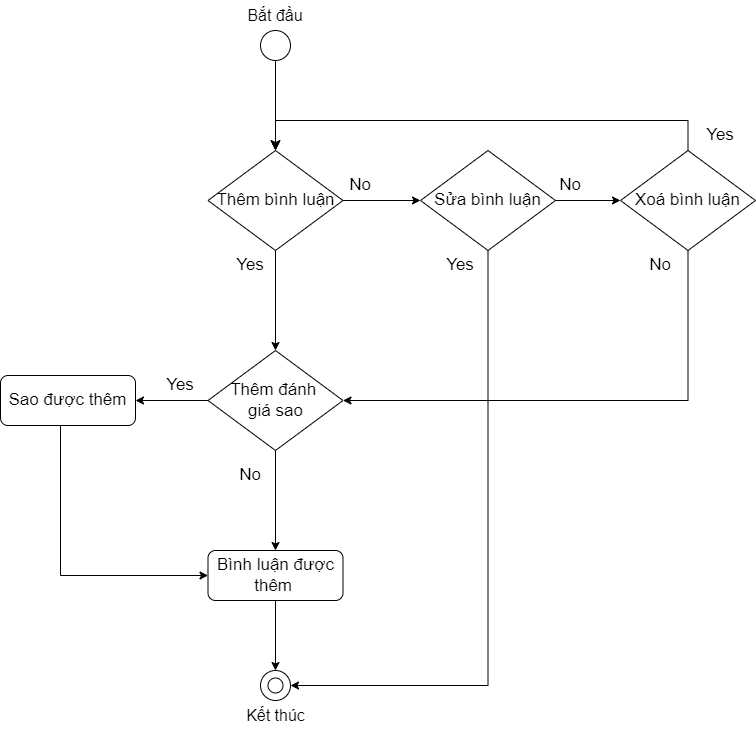
datnham0212/PC-E-commerce keeps this draw.io diagram as Workflow (Manual Testing)/Rating.png. Above is the earlier version. Source tidied: cells renumbered, new cells last; positions are measured from the earlier drawing's top-left corner, leaving out a move shared by most shapes. Its diagram source:
```xml
<mxGraphModel>
  <root>
    <mxCell id="0" />
    <mxCell id="1" parent="0" />
    <mxCell id="2" style="edgeStyle=none;curved=1;rounded=0;jettySize=auto;html=1;fontSize=12;startSize=8;endSize=8;entryX=0.5;entryY=0;entryDx=0;entryDy=0;" parent="1" edge="1" source="4" target="16">
      <mxGeometry relative="1" as="geometry" />
    </mxCell>
    <mxCell id="3" style="group;" parent="1" vertex="1">
      <mxGeometry x="245" width="60" height="60" as="geometry" />
    </mxCell>
    <mxCell id="4" style="ellipse;whiteSpace=wrap;html=1;" parent="3" vertex="1">
      <mxGeometry x="15" y="30" width="30" height="30" as="geometry" />
    </mxCell>
    <mxCell id="5" value="Bắt đầu" style="text;html=1;align=center;verticalAlign=middle;whiteSpace=wrap;rounded=0;fontSize=16;" parent="3" vertex="1">
      <mxGeometry width="60" height="30" as="geometry" />
    </mxCell>
    <mxCell id="6" style="group;" parent="1" vertex="1">
      <mxGeometry x="237.5" y="670" width="75" height="60" as="geometry" />
    </mxCell>
    <mxCell id="7" style="group;" parent="6" vertex="1">
      <mxGeometry x="22.5" width="30" height="30" as="geometry" />
    </mxCell>
    <mxCell id="8" style="ellipse;whiteSpace=wrap;html=1;" parent="7" vertex="1">
      <mxGeometry width="30" height="30" as="geometry" />
    </mxCell>
    <mxCell id="9" style="ellipse;whiteSpace=wrap;html=1;" parent="7" vertex="1">
      <mxGeometry x="7.5" y="7.5" width="15" height="15" as="geometry" />
    </mxCell>
    <mxCell id="10" value="Kết thúc" style="text;html=1;align=center;verticalAlign=middle;whiteSpace=wrap;rounded=0;fontSize=16;" parent="6" vertex="1">
      <mxGeometry y="30" width="75" height="30" as="geometry" />
    </mxCell>
    <mxCell id="11" style="edgeStyle=orthogonalEdgeStyle;rounded=0;jettySize=auto;html=1;entryX=0.5;entryY=0;entryDx=0;entryDy=0;exitX=0.5;exitY=1;exitDx=0;exitDy=0;" parent="1" edge="1" source="28" target="8">
      <mxGeometry relative="1" as="geometry" />
    </mxCell>
    <mxCell id="12" value="&lt;font style=&quot;font-size: 17px;&quot;&gt;Yes&lt;/font&gt;" style="text;html=1;align=center;verticalAlign=middle;whiteSpace=wrap;rounded=0;" parent="1" vertex="1">
      <mxGeometry x="220" y="250" width="60" height="30" as="geometry" />
    </mxCell>
    <mxCell id="13" value="&lt;font style=&quot;font-size: 17px;&quot;&gt;Yes&lt;/font&gt;" style="text;html=1;align=center;verticalAlign=middle;whiteSpace=wrap;rounded=0;" parent="1" vertex="1">
      <mxGeometry x="690" y="120" width="60" height="30" as="geometry" />
    </mxCell>
    <mxCell id="14" style="edgeStyle=orthogonalEdgeStyle;rounded=0;jettySize=auto;html=1;" parent="1" edge="1" source="16" target="19">
      <mxGeometry relative="1" as="geometry" />
    </mxCell>
    <mxCell id="15" style="edgeStyle=orthogonalEdgeStyle;rounded=0;jettySize=auto;html=1;" parent="1" edge="1" source="16" target="22">
      <mxGeometry relative="1" as="geometry" />
    </mxCell>
    <mxCell id="16" value="&lt;span style=&quot;font-size: 17px;&quot;&gt;Thêm bình luận&lt;/span&gt;" style="rhombus;whiteSpace=wrap;html=1;" parent="1" vertex="1">
      <mxGeometry x="207.5" y="150" width="135" height="100" as="geometry" />
    </mxCell>
    <mxCell id="17" style="edgeStyle=orthogonalEdgeStyle;rounded=0;jettySize=auto;html=1;entryX=1;entryY=0.5;entryDx=0;entryDy=0;" parent="1" edge="1" source="19" target="27">
      <mxGeometry relative="1" as="geometry" />
    </mxCell>
    <mxCell id="18" style="edgeStyle=orthogonalEdgeStyle;rounded=0;jettySize=auto;html=1;" parent="1" edge="1" source="19" target="28">
      <mxGeometry relative="1" as="geometry" />
    </mxCell>
    <mxCell id="19" value="&lt;span style=&quot;font-size: 17px;&quot;&gt;Thêm đánh&amp;nbsp;&lt;/span&gt;&lt;div&gt;&lt;span style=&quot;font-size: 17px;&quot;&gt;giá sao&lt;/span&gt;&lt;/div&gt;" style="rhombus;whiteSpace=wrap;html=1;" parent="1" vertex="1">
      <mxGeometry x="207.5" y="350" width="135" height="100" as="geometry" />
    </mxCell>
    <mxCell id="20" style="edgeStyle=orthogonalEdgeStyle;rounded=0;jettySize=auto;html=1;entryX=0;entryY=0.5;entryDx=0;entryDy=0;" parent="1" edge="1" source="22" target="25">
      <mxGeometry relative="1" as="geometry" />
    </mxCell>
    <mxCell id="21" style="edgeStyle=orthogonalEdgeStyle;rounded=0;jettySize=auto;html=1;entryX=1;entryY=0.5;entryDx=0;entryDy=0;" parent="1" edge="1" source="22" target="8">
      <mxGeometry relative="1" as="geometry">
        <Array as="points">
          <mxPoint x="488" y="685" />
        </Array>
      </mxGeometry>
    </mxCell>
    <mxCell id="22" value="&lt;span style=&quot;font-size: 17px;&quot;&gt;Sửa bình luận&lt;/span&gt;" style="rhombus;whiteSpace=wrap;html=1;" parent="1" vertex="1">
      <mxGeometry x="420" y="150" width="135" height="100" as="geometry" />
    </mxCell>
    <mxCell id="23" style="edgeStyle=orthogonalEdgeStyle;rounded=0;jettySize=auto;html=1;entryX=1;entryY=0.5;entryDx=0;entryDy=0;" parent="1" edge="1" source="25" target="19">
      <mxGeometry relative="1" as="geometry">
        <Array as="points">
          <mxPoint x="688" y="400" />
        </Array>
      </mxGeometry>
    </mxCell>
    <mxCell id="24" style="edgeStyle=orthogonalEdgeStyle;rounded=0;jettySize=auto;html=1;entryX=0.5;entryY=0;entryDx=0;entryDy=0;exitX=0.5;exitY=0;exitDx=0;exitDy=0;" parent="1" edge="1" source="25" target="16">
      <mxGeometry relative="1" as="geometry">
        <Array as="points">
          <mxPoint x="688" y="120" />
          <mxPoint x="275" y="120" />
        </Array>
      </mxGeometry>
    </mxCell>
    <mxCell id="25" value="&lt;span style=&quot;font-size: 17px;&quot;&gt;Xoá bình luận&lt;/span&gt;" style="rhombus;whiteSpace=wrap;html=1;" parent="1" vertex="1">
      <mxGeometry x="620" y="150" width="135" height="100" as="geometry" />
    </mxCell>
    <mxCell id="26" style="edgeStyle=orthogonalEdgeStyle;rounded=0;jettySize=auto;html=1;entryX=0;entryY=0.5;entryDx=0;entryDy=0;" parent="1" edge="1" source="27" target="28">
      <mxGeometry relative="1" as="geometry">
        <Array as="points">
          <mxPoint x="60" y="575" />
        </Array>
      </mxGeometry>
    </mxCell>
    <mxCell id="27" value="&lt;span style=&quot;font-size: 17px;&quot;&gt;Sao được thêm&lt;/span&gt;" style="rounded=1;whiteSpace=wrap;html=1;" parent="1" vertex="1">
      <mxGeometry y="375" width="135" height="50" as="geometry" />
    </mxCell>
    <mxCell id="28" value="&lt;span style=&quot;font-size: 17px;&quot;&gt;Bình luận được thêm&amp;nbsp;&lt;/span&gt;" style="rounded=1;whiteSpace=wrap;html=1;" parent="1" vertex="1">
      <mxGeometry x="207.5" y="550" width="135" height="50" as="geometry" />
    </mxCell>
    <mxCell id="29" value="&lt;font style=&quot;font-size: 17px;&quot;&gt;Yes&lt;/font&gt;" style="text;html=1;align=center;verticalAlign=middle;whiteSpace=wrap;rounded=0;" parent="1" vertex="1">
      <mxGeometry x="150" y="370" width="60" height="30" as="geometry" />
    </mxCell>
    <mxCell id="30" value="&lt;font style=&quot;font-size: 17px;&quot;&gt;No&lt;/font&gt;" style="text;html=1;align=center;verticalAlign=middle;whiteSpace=wrap;rounded=0;" parent="1" vertex="1">
      <mxGeometry x="330" y="170" width="60" height="30" as="geometry" />
    </mxCell>
    <mxCell id="31" value="&lt;font style=&quot;font-size: 17px;&quot;&gt;No&lt;/font&gt;" style="text;html=1;align=center;verticalAlign=middle;whiteSpace=wrap;rounded=0;" parent="1" vertex="1">
      <mxGeometry x="540" y="170" width="60" height="30" as="geometry" />
    </mxCell>
    <mxCell id="32" value="&lt;font style=&quot;font-size: 17px;&quot;&gt;No&lt;/font&gt;" style="text;html=1;align=center;verticalAlign=middle;whiteSpace=wrap;rounded=0;" parent="1" vertex="1">
      <mxGeometry x="220" y="460" width="60" height="30" as="geometry" />
    </mxCell>
    <mxCell id="33" value="&lt;font style=&quot;font-size: 17px;&quot;&gt;Yes&lt;/font&gt;" style="text;html=1;align=center;verticalAlign=middle;whiteSpace=wrap;rounded=0;" parent="1" vertex="1">
      <mxGeometry x="430" y="250" width="60" height="30" as="geometry" />
    </mxCell>
    <mxCell id="34" value="&lt;font style=&quot;font-size: 17px;&quot;&gt;No&lt;/font&gt;" style="text;html=1;align=center;verticalAlign=middle;whiteSpace=wrap;rounded=0;" parent="1" vertex="1">
      <mxGeometry x="630" y="250" width="60" height="30" as="geometry" />
    </mxCell>
  </root>
</mxGraphModel>
```
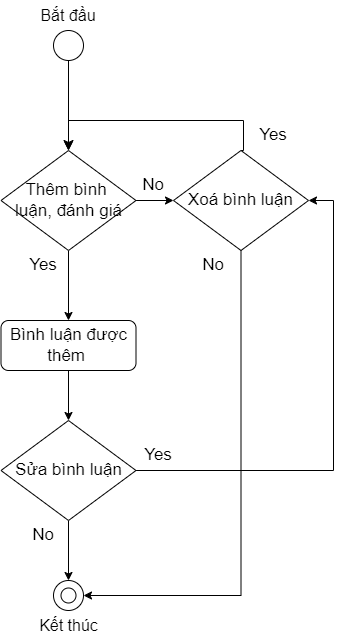
After the change.

Change to the diagram source:
```diff
@@ -15,7 +15,7 @@
       <mxGeometry width="60" height="30" as="geometry" />
     </mxCell>
     <mxCell id="6" style="group;" parent="1" vertex="1">
-      <mxGeometry x="237.5" y="670" width="75" height="60" as="geometry" />
+      <mxGeometry x="237.5" y="580" width="75" height="60" as="geometry" />
     </mxCell>
     <mxCell id="7" style="group;" parent="6" vertex="1">
       <mxGeometry x="22.5" width="30" height="30" as="geometry" />
@@ -29,94 +29,67 @@
     <mxCell id="10" value="Kết thúc" style="text;html=1;align=center;verticalAlign=middle;whiteSpace=wrap;rounded=0;fontSize=16;" parent="6" vertex="1">
       <mxGeometry y="30" width="75" height="30" as="geometry" />
     </mxCell>
-    <mxCell id="11" style="edgeStyle=orthogonalEdgeStyle;rounded=0;jettySize=auto;html=1;entryX=0.5;entryY=0;entryDx=0;entryDy=0;exitX=0.5;exitY=1;exitDx=0;exitDy=0;" parent="1" edge="1" source="28" target="8">
+    <mxCell id="11" style="edgeStyle=orthogonalEdgeStyle;rounded=0;jettySize=auto;html=1;entryX=0.5;entryY=0;entryDx=0;entryDy=0;exitX=0.5;exitY=1;exitDx=0;exitDy=0;" parent="1" edge="1" source="22" target="8">
       <mxGeometry relative="1" as="geometry" />
     </mxCell>
     <mxCell id="12" value="&lt;font style=&quot;font-size: 17px;&quot;&gt;Yes&lt;/font&gt;" style="text;html=1;align=center;verticalAlign=middle;whiteSpace=wrap;rounded=0;" parent="1" vertex="1">
       <mxGeometry x="220" y="250" width="60" height="30" as="geometry" />
     </mxCell>
     <mxCell id="13" value="&lt;font style=&quot;font-size: 17px;&quot;&gt;Yes&lt;/font&gt;" style="text;html=1;align=center;verticalAlign=middle;whiteSpace=wrap;rounded=0;" parent="1" vertex="1">
-      <mxGeometry x="690" y="120" width="60" height="30" as="geometry" />
+      <mxGeometry x="450" y="120" width="60" height="30" as="geometry" />
     </mxCell>
-    <mxCell id="14" style="edgeStyle=orthogonalEdgeStyle;rounded=0;jettySize=auto;html=1;" parent="1" edge="1" source="16" target="19">
+    <mxCell id="14" style="edgeStyle=orthogonalEdgeStyle;rounded=0;jettySize=auto;html=1;entryX=0.5;entryY=0;entryDx=0;entryDy=0;" parent="1" edge="1" source="16" target="28">
       <mxGeometry relative="1" as="geometry" />
     </mxCell>
-    <mxCell id="15" style="edgeStyle=orthogonalEdgeStyle;rounded=0;jettySize=auto;html=1;" parent="1" edge="1" source="16" target="22">
+    <mxCell id="15" style="edgeStyle=orthogonalEdgeStyle;rounded=0;jettySize=auto;html=1;entryX=0;entryY=0.5;entryDx=0;entryDy=0;" parent="1" edge="1" source="16" target="25">
       <mxGeometry relative="1" as="geometry" />
     </mxCell>
-    <mxCell id="16" value="&lt;span style=&quot;font-size: 17px;&quot;&gt;Thêm bình luận&lt;/span&gt;" style="rhombus;whiteSpace=wrap;html=1;" parent="1" vertex="1">
+    <mxCell id="16" value="&lt;span style=&quot;font-size: 17px;&quot;&gt;Thêm bình&amp;nbsp;&lt;/span&gt;&lt;div&gt;&lt;span style=&quot;font-size: 17px;&quot;&gt;luận, đánh giá&lt;/span&gt;&lt;/div&gt;" style="rhombus;whiteSpace=wrap;html=1;" parent="1" vertex="1">
       <mxGeometry x="207.5" y="150" width="135" height="100" as="geometry" />
     </mxCell>
-    <mxCell id="17" style="edgeStyle=orthogonalEdgeStyle;rounded=0;jettySize=auto;html=1;entryX=1;entryY=0.5;entryDx=0;entryDy=0;" parent="1" edge="1" source="19" target="27">
-      <mxGeometry relative="1" as="geometry" />
-    </mxCell>
-    <mxCell id="18" style="edgeStyle=orthogonalEdgeStyle;rounded=0;jettySize=auto;html=1;" parent="1" edge="1" source="19" target="28">
-      <mxGeometry relative="1" as="geometry" />
-    </mxCell>
-    <mxCell id="19" value="&lt;span style=&quot;font-size: 17px;&quot;&gt;Thêm đánh&amp;nbsp;&lt;/span&gt;&lt;div&gt;&lt;span style=&quot;font-size: 17px;&quot;&gt;giá sao&lt;/span&gt;&lt;/div&gt;" style="rhombus;whiteSpace=wrap;html=1;" parent="1" vertex="1">
-      <mxGeometry x="207.5" y="350" width="135" height="100" as="geometry" />
-    </mxCell>
+    <mxCell id="24" style="edgeStyle=orthogonalEdgeStyle;rounded=0;jettySize=auto;html=1;entryX=0.5;entryY=0;entryDx=0;entryDy=0;exitX=0.5;exitY=0;exitDx=0;exitDy=0;" parent="1" edge="1" source="25" target="16">
+      <mxGeometry relative="1" as="geometry">
+        <Array as="points">
+          <mxPoint x="450" y="150" />
+          <mxPoint x="450" y="120" />
+          <mxPoint x="275" y="120" />
+        </Array>
+      </mxGeometry>
+    </mxCell>
+    <mxCell id="35" style="edgeStyle=orthogonalEdgeStyle;rounded=0;jettySize=auto;html=1;exitX=0.5;exitY=1;exitDx=0;exitDy=0;entryX=1;entryY=0.5;entryDx=0;entryDy=0;" parent="1" edge="1" source="25" target="8">
+      <mxGeometry relative="1" as="geometry" />
+    </mxCell>
+    <mxCell id="25" value="&lt;span style=&quot;font-size: 17px;&quot;&gt;Xoá bình luận&lt;/span&gt;" style="rhombus;whiteSpace=wrap;html=1;" parent="1" vertex="1">
+      <mxGeometry x="380" y="150" width="135" height="100" as="geometry" />
+    </mxCell>
+    <mxCell id="36" style="edgeStyle=orthogonalEdgeStyle;rounded=0;jettySize=auto;html=1;entryX=0.5;entryY=0;entryDx=0;entryDy=0;" parent="1" edge="1" source="28" target="22">
+      <mxGeometry relative="1" as="geometry" />
+    </mxCell>
+    <mxCell id="28" value="&lt;span style=&quot;font-size: 17px;&quot;&gt;Bình luận được thêm&amp;nbsp;&lt;/span&gt;" style="rounded=1;whiteSpace=wrap;html=1;" parent="1" vertex="1">
+      <mxGeometry x="207.5" y="320" width="135" height="50" as="geometry" />
+    </mxCell>
+    <mxCell id="30" value="&lt;font style=&quot;font-size: 17px;&quot;&gt;No&lt;/font&gt;" style="text;html=1;align=center;verticalAlign=middle;whiteSpace=wrap;rounded=0;" parent="1" vertex="1">
+      <mxGeometry x="330" y="170" width="60" height="30" as="geometry" />
+    </mxCell>
+    <mxCell id="34" value="&lt;font style=&quot;font-size: 17px;&quot;&gt;No&lt;/font&gt;" style="text;html=1;align=center;verticalAlign=middle;whiteSpace=wrap;rounded=0;" parent="1" vertex="1">
+      <mxGeometry x="390" y="250" width="60" height="30" as="geometry" />
+    </mxCell>
-    <mxCell id="20" style="edgeStyle=orthogonalEdgeStyle;rounded=0;jettySize=auto;html=1;entryX=0;entryY=0.5;entryDx=0;entryDy=0;" parent="1" edge="1" source="22" target="25">
-      <mxGeometry relative="1" as="geometry" />
+    <mxCell id="20" style="edgeStyle=orthogonalEdgeStyle;rounded=0;jettySize=auto;html=1;entryX=1;entryY=0.5;entryDx=0;entryDy=0;exitX=1;exitY=0.5;exitDx=0;exitDy=0;" parent="1" edge="1" source="22" target="25">
+      <mxGeometry relative="1" as="geometry">
+        <Array as="points">
+          <mxPoint x="540" y="470" />
+          <mxPoint x="540" y="200" />
+        </Array>
+      </mxGeometry>
     </mxCell>
-    <mxCell id="21" style="edgeStyle=orthogonalEdgeStyle;rounded=0;jettySize=auto;html=1;entryX=1;entryY=0.5;entryDx=0;entryDy=0;" parent="1" edge="1" source="22" target="8">
-      <mxGeometry relative="1" as="geometry">
-        <Array as="points">
-          <mxPoint x="488" y="685" />
-        </Array>
-      </mxGeometry>
-    </mxCell>
     <mxCell id="22" value="&lt;span style=&quot;font-size: 17px;&quot;&gt;Sửa bình luận&lt;/span&gt;" style="rhombus;whiteSpace=wrap;html=1;" parent="1" vertex="1">
-      <mxGeometry x="420" y="150" width="135" height="100" as="geometry" />
+      <mxGeometry x="207.5" y="420" width="135" height="100" as="geometry" />
     </mxCell>
-    <mxCell id="23" style="edgeStyle=orthogonalEdgeStyle;rounded=0;jettySize=auto;html=1;entryX=1;entryY=0.5;entryDx=0;entryDy=0;" parent="1" edge="1" source="25" target="19">
-      <mxGeometry relative="1" as="geometry">
-        <Array as="points">
-          <mxPoint x="688" y="400" />
-        </Array>
-      </mxGeometry>
-    </mxCell>
-    <mxCell id="24" style="edgeStyle=orthogonalEdgeStyle;rounded=0;jettySize=auto;html=1;entryX=0.5;entryY=0;entryDx=0;entryDy=0;exitX=0.5;exitY=0;exitDx=0;exitDy=0;" parent="1" edge="1" source="25" target="16">
-      <mxGeometry relative="1" as="geometry">
-        <Array as="points">
-          <mxPoint x="688" y="120" />
-          <mxPoint x="275" y="120" />
-        </Array>
-      </mxGeometry>
-    </mxCell>
-    <mxCell id="25" value="&lt;span style=&quot;font-size: 17px;&quot;&gt;Xoá bình luận&lt;/span&gt;" style="rhombus;whiteSpace=wrap;html=1;" parent="1" vertex="1">
-      <mxGeometry x="620" y="150" width="135" height="100" as="geometry" />
-    </mxCell>
-    <mxCell id="26" style="edgeStyle=orthogonalEdgeStyle;rounded=0;jettySize=auto;html=1;entryX=0;entryY=0.5;entryDx=0;entryDy=0;" parent="1" edge="1" source="27" target="28">
-      <mxGeometry relative="1" as="geometry">
-        <Array as="points">
-          <mxPoint x="60" y="575" />
-        </Array>
-      </mxGeometry>
-    </mxCell>
-    <mxCell id="27" value="&lt;span style=&quot;font-size: 17px;&quot;&gt;Sao được thêm&lt;/span&gt;" style="rounded=1;whiteSpace=wrap;html=1;" parent="1" vertex="1">
-      <mxGeometry y="375" width="135" height="50" as="geometry" />
-    </mxCell>
-    <mxCell id="28" value="&lt;span style=&quot;font-size: 17px;&quot;&gt;Bình luận được thêm&amp;nbsp;&lt;/span&gt;" style="rounded=1;whiteSpace=wrap;html=1;" parent="1" vertex="1">
-      <mxGeometry x="207.5" y="550" width="135" height="50" as="geometry" />
-    </mxCell>
-    <mxCell id="29" value="&lt;font style=&quot;font-size: 17px;&quot;&gt;Yes&lt;/font&gt;" style="text;html=1;align=center;verticalAlign=middle;whiteSpace=wrap;rounded=0;" parent="1" vertex="1">
-      <mxGeometry x="150" y="370" width="60" height="30" as="geometry" />
-    </mxCell>
-    <mxCell id="30" value="&lt;font style=&quot;font-size: 17px;&quot;&gt;No&lt;/font&gt;" style="text;html=1;align=center;verticalAlign=middle;whiteSpace=wrap;rounded=0;" parent="1" vertex="1">
-      <mxGeometry x="330" y="170" width="60" height="30" as="geometry" />
-    </mxCell>
-    <mxCell id="31" value="&lt;font style=&quot;font-size: 17px;&quot;&gt;No&lt;/font&gt;" style="text;html=1;align=center;verticalAlign=middle;whiteSpace=wrap;rounded=0;" parent="1" vertex="1">
-      <mxGeometry x="540" y="170" width="60" height="30" as="geometry" />
-    </mxCell>
-    <mxCell id="32" value="&lt;font style=&quot;font-size: 17px;&quot;&gt;No&lt;/font&gt;" style="text;html=1;align=center;verticalAlign=middle;whiteSpace=wrap;rounded=0;" parent="1" vertex="1">
-      <mxGeometry x="220" y="460" width="60" height="30" as="geometry" />
-    </mxCell>
-    <mxCell id="33" value="&lt;font style=&quot;font-size: 17px;&quot;&gt;Yes&lt;/font&gt;" style="text;html=1;align=center;verticalAlign=middle;whiteSpace=wrap;rounded=0;" parent="1" vertex="1">
-      <mxGeometry x="430" y="250" width="60" height="30" as="geometry" />
-    </mxCell>
-    <mxCell id="34" value="&lt;font style=&quot;font-size: 17px;&quot;&gt;No&lt;/font&gt;" style="text;html=1;align=center;verticalAlign=middle;whiteSpace=wrap;rounded=0;" parent="1" vertex="1">
-      <mxGeometry x="630" y="250" width="60" height="30" as="geometry" />
-    </mxCell>
+    <mxCell id="37" value="&lt;font style=&quot;font-size: 17px;&quot;&gt;No&lt;/font&gt;" style="text;html=1;align=center;verticalAlign=middle;whiteSpace=wrap;rounded=0;" parent="1" vertex="1">
+      <mxGeometry x="220" y="520" width="60" height="30" as="geometry" />
+    </mxCell>
+    <mxCell id="38" value="&lt;font style=&quot;font-size: 17px;&quot;&gt;Yes&lt;/font&gt;" style="text;html=1;align=center;verticalAlign=middle;whiteSpace=wrap;rounded=0;" parent="1" vertex="1">
+      <mxGeometry x="335" y="440" width="60" height="30" as="geometry" />
+    </mxCell>
   </root>
 </mxGraphModel>
```
